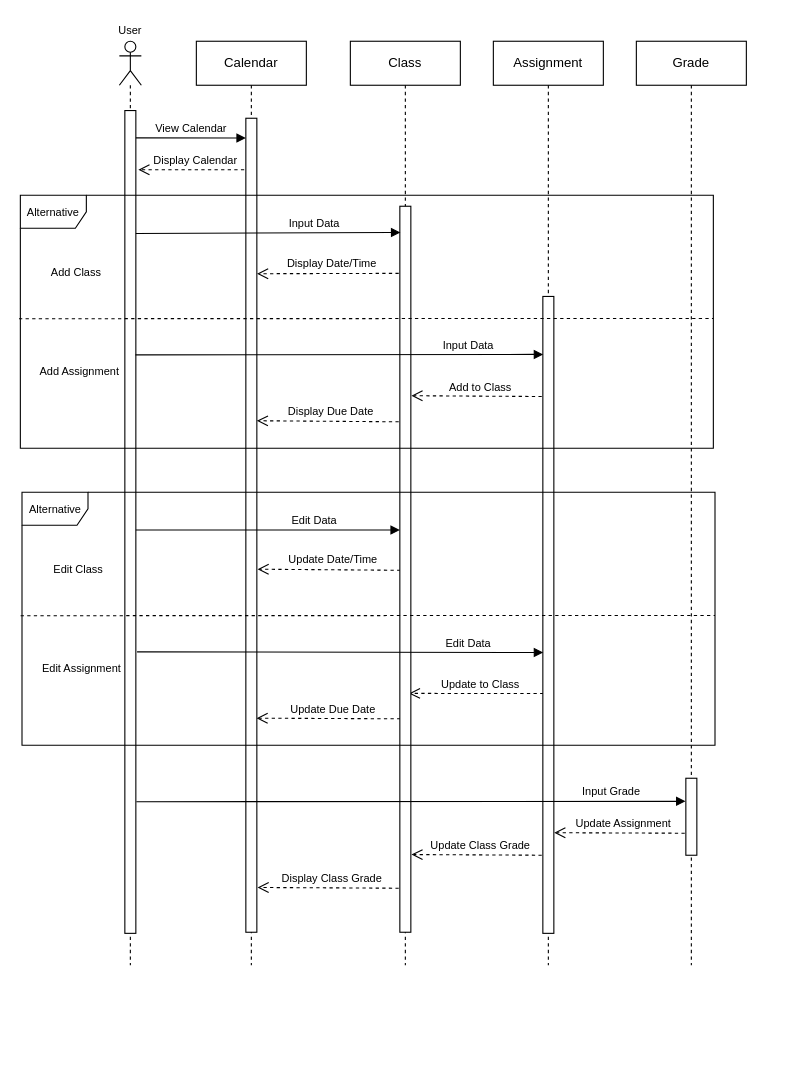
Earlier version of the draw.io diagram BehavioralDiagram.drawio (Spencer-Ross/Planner-SRS). Source tidied: cells renumbered, new cells numbered last; positions are measured from the earlier drawing's top-left corner, leaving out a move shared by most shapes. Both pictures are drawn from the tidied source at 110%, with x=0, y=0 at pixel (20, 19).
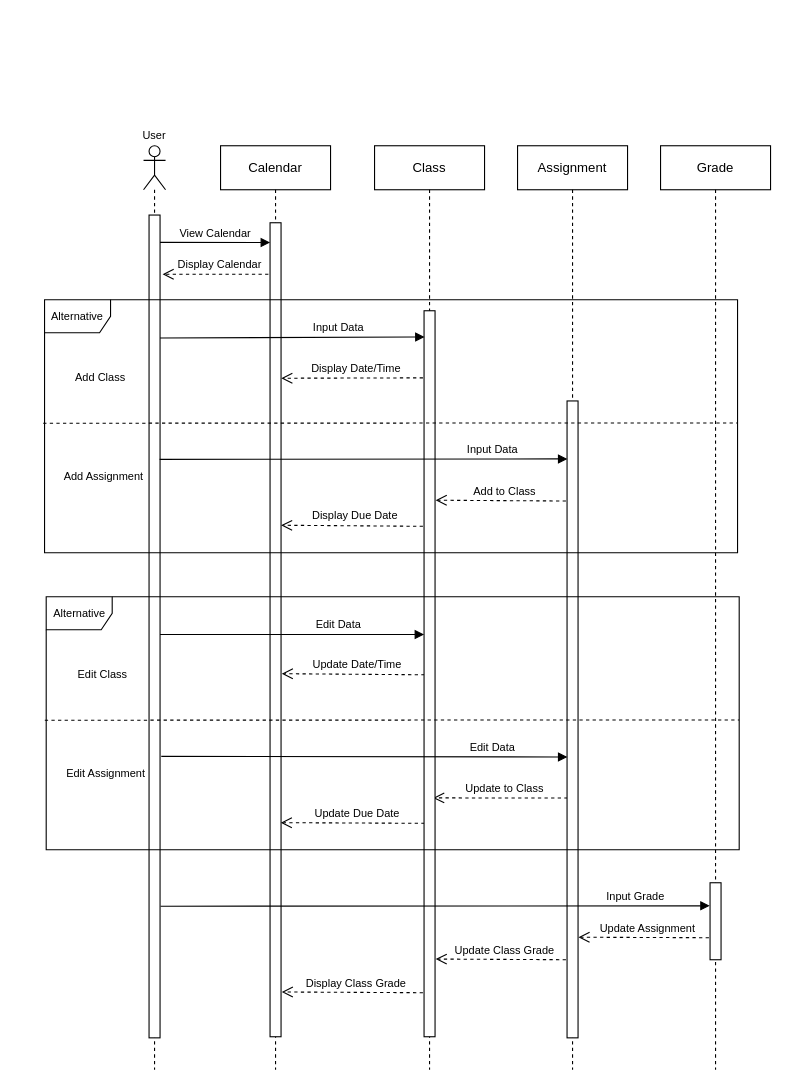
After the change.

Commit message:
Centered Diagram

The change refers to these unchanged cells:
```xml
<mxCell id="13" style="html=1;points=[];perimeter=orthogonalPerimeter;fontSize=10;align=center;" parent="12" vertex="1">
  <mxGeometry x="5" y="63" width="10" height="748" as="geometry" />
</mxCell>
<mxCell id="15" style="html=1;points=[];perimeter=orthogonalPerimeter;fontSize=10;align=center;" parent="14" vertex="1">
  <mxGeometry x="45" y="70" width="10" height="740" as="geometry" />
</mxCell>
<mxCell id="17" style="html=1;points=[];perimeter=orthogonalPerimeter;fontSize=10;align=center;" parent="16" vertex="1">
  <mxGeometry x="45" y="150" width="10" height="660" as="geometry" />
</mxCell>
<mxCell id="19" style="html=1;points=[];perimeter=orthogonalPerimeter;fontSize=10;align=center;" parent="18" vertex="1">
  <mxGeometry x="45" y="232" width="10" height="579" as="geometry" />
</mxCell>
<mxCell id="21" style="html=1;points=[];perimeter=orthogonalPerimeter;fontSize=10;align=center;" parent="20" vertex="1">
  <mxGeometry x="45" y="670" width="10" height="70" as="geometry" />
</mxCell>
```

The edit, as a diff of the source:
```diff
@@
+    <mxCell id="37" style="group;" parent="1" vertex="1">
+      <mxGeometry x="22" y="95" width="660" height="860" as="geometry" />
+    </mxCell>
-    <mxCell id="2" value="Display Class Grade" style="html=1;verticalAlign=bottom;endArrow=open;dashed=1;endSize=8;fontSize=10;entryX=1.066;entryY=0.945;entryDx=0;entryDy=0;entryPerimeter=0;" parent="1" edge="1" target="15">
+    <mxCell id="2" value="Display Class Grade" style="html=1;verticalAlign=bottom;endArrow=open;dashed=1;endSize=8;fontSize=10;entryX=1.066;entryY=0.945;entryDx=0;entryDy=0;entryPerimeter=0;" parent="37" edge="1" target="15">
       <mxGeometry relative="1" as="geometry">
         <mxPoint x="350" y="790" as="sourcePoint" />
       </mxGeometry>
     </mxCell>
-    <mxCell id="3" value="Update Class Grade" style="html=1;verticalAlign=bottom;endArrow=open;dashed=1;endSize=8;fontSize=10;entryX=1.054;entryY=0.893;entryDx=0;entryDy=0;entryPerimeter=0;" parent="1" edge="1" target="17">
+    <mxCell id="3" value="Update Class Grade" style="html=1;verticalAlign=bottom;endArrow=open;dashed=1;endSize=8;fontSize=10;entryX=1.054;entryY=0.893;entryDx=0;entryDy=0;entryPerimeter=0;" parent="37" edge="1" target="17">
       <mxGeometry relative="1" as="geometry">
         <mxPoint x="480" y="760" as="sourcePoint" />
       </mxGeometry>
     </mxCell>
-    <mxCell id="4" value="Update Assignment" style="html=1;verticalAlign=bottom;endArrow=open;dashed=1;endSize=8;fontSize=10;entryX=1.037;entryY=0.842;entryDx=0;entryDy=0;entryPerimeter=0;" parent="1" edge="1" target="19">
+    <mxCell id="4" value="Update Assignment" style="html=1;verticalAlign=bottom;endArrow=open;dashed=1;endSize=8;fontSize=10;entryX=1.037;entryY=0.842;entryDx=0;entryDy=0;entryPerimeter=0;" parent="37" edge="1" target="19">
       <mxGeometry relative="1" as="geometry">
         <mxPoint x="610" y="740" as="sourcePoint" />
       </mxGeometry>
     </mxCell>
-    <mxCell id="5" value="Update Due Date" style="html=1;verticalAlign=bottom;endArrow=open;dashed=1;endSize=8;fontSize=10;entryX=0.974;entryY=0.737;entryDx=0;entryDy=0;entryPerimeter=0;" parent="1" edge="1" target="15">
+    <mxCell id="5" value="Update Due Date" style="html=1;verticalAlign=bottom;endArrow=open;dashed=1;endSize=8;fontSize=10;entryX=0.974;entryY=0.737;entryDx=0;entryDy=0;entryPerimeter=0;" parent="37" edge="1" target="15">
       <mxGeometry relative="1" as="geometry">
         <mxPoint x="351.5" y="636" as="sourcePoint" />
       </mxGeometry>
     </mxCell>
-    <mxCell id="6" value="Update to Class" style="html=1;verticalAlign=bottom;endArrow=open;dashed=1;endSize=8;fontSize=10;entryX=0.826;entryY=0.671;entryDx=0;entryDy=0;entryPerimeter=0;" parent="1" edge="1" target="17">
+    <mxCell id="6" value="Update to Class" style="html=1;verticalAlign=bottom;endArrow=open;dashed=1;endSize=8;fontSize=10;entryX=0.826;entryY=0.671;entryDx=0;entryDy=0;entryPerimeter=0;" parent="37" edge="1" target="17">
       <mxGeometry relative="1" as="geometry">
         <mxPoint x="481.5" y="613" as="sourcePoint" />
       </mxGeometry>
     </mxCell>
-    <mxCell id="7" value="Add to Class" style="html=1;verticalAlign=bottom;endArrow=open;dashed=1;endSize=8;fontSize=10;entryX=1.054;entryY=0.261;entryDx=0;entryDy=0;entryPerimeter=0;" parent="1" edge="1" target="17">
+    <mxCell id="7" value="Add to Class" style="html=1;verticalAlign=bottom;endArrow=open;dashed=1;endSize=8;fontSize=10;entryX=1.054;entryY=0.261;entryDx=0;entryDy=0;entryPerimeter=0;" parent="37" edge="1" target="17">
       <mxGeometry relative="1" as="geometry">
         <mxPoint x="480" y="343" as="sourcePoint" />
       </mxGeometry>
     </mxCell>
-    <mxCell id="8" value="Update Date/Time" style="html=1;verticalAlign=bottom;endArrow=open;dashed=1;endSize=8;fontSize=10;entryX=1.066;entryY=0.554;entryDx=0;entryDy=0;entryPerimeter=0;" parent="1" edge="1" target="15">
+    <mxCell id="8" value="Update Date/Time" style="html=1;verticalAlign=bottom;endArrow=open;dashed=1;endSize=8;fontSize=10;entryX=1.066;entryY=0.554;entryDx=0;entryDy=0;entryPerimeter=0;" parent="37" edge="1" target="15">
       <mxGeometry relative="1" as="geometry">
         <mxPoint x="351.5" y="501" as="sourcePoint" />
       </mxGeometry>
     </mxCell>
-    <mxCell id="9" value="Display Due Date" style="html=1;verticalAlign=bottom;endArrow=open;dashed=1;endSize=8;fontSize=10;" parent="1" edge="1">
+    <mxCell id="9" value="Display Due Date" style="html=1;verticalAlign=bottom;endArrow=open;dashed=1;endSize=8;fontSize=10;" parent="37" edge="1">
       <mxGeometry relative="1" as="geometry">
         <mxPoint x="350" y="366" as="sourcePoint" />
         <mxPoint x="215" y="365" as="targetPoint" />
       </mxGeometry>
     </mxCell>
-    <mxCell id="10" value="Display Date/Time" style="html=1;verticalAlign=bottom;endArrow=open;dashed=1;endSize=8;fontSize=10;entryX=1.02;entryY=0.191;entryDx=0;entryDy=0;entryPerimeter=0;" parent="1" edge="1" target="15">
+    <mxCell id="10" value="Display Date/Time" style="html=1;verticalAlign=bottom;endArrow=open;dashed=1;endSize=8;fontSize=10;entryX=1.02;entryY=0.191;entryDx=0;entryDy=0;entryPerimeter=0;" parent="37" edge="1" target="15">
       <mxGeometry relative="1" as="geometry">
         <mxPoint x="350" y="231" as="sourcePoint" />
       </mxGeometry>
     </mxCell>
-    <mxCell id="11" value="Display Calendar" style="html=1;verticalAlign=bottom;endArrow=open;dashed=1;endSize=8;entryX=1.229;entryY=0.196;entryDx=0;entryDy=0;entryPerimeter=0;fontSize=10;" parent="1" edge="1" source="14">
+    <mxCell id="11" value="Display Calendar" style="html=1;verticalAlign=bottom;endArrow=open;dashed=1;endSize=8;entryX=1.229;entryY=0.196;entryDx=0;entryDy=0;entryPerimeter=0;fontSize=10;" parent="37" edge="1" source="14">
       <mxGeometry relative="1" as="geometry">
         <mxPoint x="107.3" y="136.8" as="targetPoint" />
       </mxGeometry>
     </mxCell>
-    <mxCell id="12" style="shape=umlLifeline;participant=umlActor;perimeter=lifelinePerimeter;whiteSpace=wrap;html=1;verticalAlign=top;spacingTop=36;labelBackgroundColor=#ffffff;" parent="1" vertex="1">
+    <mxCell id="12" style="shape=umlLifeline;participant=umlActor;perimeter=lifelinePerimeter;whiteSpace=wrap;html=1;verticalAlign=top;spacingTop=36;labelBackgroundColor=#ffffff;" parent="37" vertex="1">
       <mxGeometry x="90" y="20" width="20" height="840" as="geometry" />
     </mxCell>
@@
-    <mxCell id="14" value="Calendar" style="shape=umlLifeline;perimeter=lifelinePerimeter;whiteSpace=wrap;html=1;outlineConnect=0;" parent="1" vertex="1">
+    <mxCell id="14" value="Calendar" style="shape=umlLifeline;perimeter=lifelinePerimeter;whiteSpace=wrap;html=1;outlineConnect=0;" parent="37" vertex="1">
       <mxGeometry x="160" y="20" width="100" height="840" as="geometry" />
     </mxCell>
@@
-    <mxCell id="16" value="Class" style="shape=umlLifeline;perimeter=lifelinePerimeter;whiteSpace=wrap;html=1;" parent="1" vertex="1">
+    <mxCell id="16" value="Class" style="shape=umlLifeline;perimeter=lifelinePerimeter;whiteSpace=wrap;html=1;" parent="37" vertex="1">
       <mxGeometry x="300" y="20" width="100" height="840" as="geometry" />
     </mxCell>
@@
-    <mxCell id="18" value="Assignment" style="shape=umlLifeline;perimeter=lifelinePerimeter;whiteSpace=wrap;html=1;" parent="1" vertex="1">
+    <mxCell id="18" value="Assignment" style="shape=umlLifeline;perimeter=lifelinePerimeter;whiteSpace=wrap;html=1;" parent="37" vertex="1">
       <mxGeometry x="430" y="20" width="100" height="840" as="geometry" />
     </mxCell>
@@
-    <mxCell id="20" value="Grade" style="shape=umlLifeline;perimeter=lifelinePerimeter;whiteSpace=wrap;html=1;" parent="1" vertex="1">
+    <mxCell id="20" value="Grade" style="shape=umlLifeline;perimeter=lifelinePerimeter;whiteSpace=wrap;html=1;" parent="37" vertex="1">
       <mxGeometry x="560" y="20" width="100" height="840" as="geometry" />
     </mxCell>
@@
-    <mxCell id="22" value="View Calendar" style="html=1;verticalAlign=bottom;endArrow=block;exitX=1;exitY=0.096;exitDx=0;exitDy=0;exitPerimeter=0;fontSize=10;" parent="1" edge="1">
+    <mxCell id="22" value="View Calendar" style="html=1;verticalAlign=bottom;endArrow=block;exitX=1;exitY=0.096;exitDx=0;exitDy=0;exitPerimeter=0;fontSize=10;" parent="37" edge="1">
       <mxGeometry relative="1" as="geometry">
         <mxPoint x="105" y="107.8" as="sourcePoint" />
         <mxPoint x="205" y="108" as="targetPoint" />
       </mxGeometry>
     </mxCell>
-    <mxCell id="23" value="Input Data" style="html=1;verticalAlign=bottom;endArrow=block;fontSize=10;exitX=1;exitY=0.494;exitDx=0;exitDy=0;exitPerimeter=0;entryX=0.049;entryY=0.036;entryDx=0;entryDy=0;entryPerimeter=0;" parent="1" edge="1" target="17">
+    <mxCell id="23" value="Input Data" style="html=1;verticalAlign=bottom;endArrow=block;fontSize=10;exitX=1;exitY=0.494;exitDx=0;exitDy=0;exitPerimeter=0;entryX=0.049;entryY=0.036;entryDx=0;entryDy=0;entryPerimeter=0;" parent="37" edge="1" target="17">
       <mxGeometry x="0.35" relative="1" as="geometry">
         <mxPoint x="105" y="194.8" as="sourcePoint" />
       </mxGeometry>
     </mxCell>
-    <mxCell id="24" value="Input Data" style="html=1;verticalAlign=bottom;endArrow=block;exitX=0.96;exitY=0.621;exitDx=0;exitDy=0;exitPerimeter=0;fontSize=10;entryX=0.031;entryY=0.091;entryDx=0;entryDy=0;entryPerimeter=0;" parent="1" edge="1" target="19">
+    <mxCell id="24" value="Input Data" style="html=1;verticalAlign=bottom;endArrow=block;exitX=0.96;exitY=0.621;exitDx=0;exitDy=0;exitPerimeter=0;fontSize=10;entryX=0.031;entryY=0.091;entryDx=0;entryDy=0;entryPerimeter=0;" parent="37" edge="1" target="19">
       <mxGeometry x="0.63" relative="1" as="geometry">
         <mxPoint x="104.6" y="305.1" as="sourcePoint" />
       </mxGeometry>
     </mxCell>
-    <mxCell id="25" value="Add Class" style="text;html=1;strokeColor=none;fillColor=none;align=center;verticalAlign=middle;whiteSpace=wrap;rounded=0;fontSize=10;" parent="1" vertex="1">
+    <mxCell id="25" value="Add Class" style="text;html=1;strokeColor=none;fillColor=none;align=center;verticalAlign=middle;whiteSpace=wrap;rounded=0;fontSize=10;" parent="37" vertex="1">
       <mxGeometry x="11" y="200" width="80" height="60" as="geometry" />
     </mxCell>
-    <mxCell id="26" value="Add Assignment" style="text;html=1;strokeColor=none;fillColor=none;align=center;verticalAlign=middle;whiteSpace=wrap;rounded=0;fontSize=10;" parent="1" vertex="1">
+    <mxCell id="26" value="Add Assignment" style="text;html=1;strokeColor=none;fillColor=none;align=center;verticalAlign=middle;whiteSpace=wrap;rounded=0;fontSize=10;" parent="37" vertex="1">
       <mxGeometry x="14" y="290" width="80" height="60" as="geometry" />
     </mxCell>
-    <mxCell id="27" value="Edit Data" style="html=1;verticalAlign=bottom;endArrow=block;fontSize=10;entryX=0.003;entryY=0.446;entryDx=0;entryDy=0;entryPerimeter=0;" parent="1" edge="1" source="13" target="17">
+    <mxCell id="27" value="Edit Data" style="html=1;verticalAlign=bottom;endArrow=block;fontSize=10;entryX=0.003;entryY=0.446;entryDx=0;entryDy=0;entryPerimeter=0;" parent="37" edge="1" source="13" target="17">
       <mxGeometry x="0.35" relative="1" as="geometry" />
     </mxCell>
-    <mxCell id="28" value="Edit Data" style="html=1;verticalAlign=bottom;endArrow=block;exitX=0.96;exitY=0.621;exitDx=0;exitDy=0;exitPerimeter=0;fontSize=10;entryX=0.031;entryY=0.559;entryDx=0;entryDy=0;entryPerimeter=0;" parent="1" edge="1" target="19">
+    <mxCell id="28" value="Edit Data" style="html=1;verticalAlign=bottom;endArrow=block;exitX=0.96;exitY=0.621;exitDx=0;exitDy=0;exitPerimeter=0;fontSize=10;entryX=0.031;entryY=0.559;entryDx=0;entryDy=0;entryPerimeter=0;" parent="37" edge="1" target="19">
       <mxGeometry x="0.63" relative="1" as="geometry">
         <mxPoint x="106.1" y="575.1" as="sourcePoint" />
       </mxGeometry>
     </mxCell>
-    <mxCell id="29" value="Edit Class" style="text;html=1;strokeColor=none;fillColor=none;align=center;verticalAlign=middle;whiteSpace=wrap;rounded=0;fontSize=10;" parent="1" vertex="1">
+    <mxCell id="29" value="Edit Class" style="text;html=1;strokeColor=none;fillColor=none;align=center;verticalAlign=middle;whiteSpace=wrap;rounded=0;fontSize=10;" parent="37" vertex="1">
       <mxGeometry x="12.5" y="470" width="80" height="60" as="geometry" />
     </mxCell>
-    <mxCell id="30" value="Edit Assignment" style="text;html=1;strokeColor=none;fillColor=none;align=center;verticalAlign=middle;whiteSpace=wrap;rounded=0;fontSize=10;" parent="1" vertex="1">
+    <mxCell id="30" value="Edit Assignment" style="text;html=1;strokeColor=none;fillColor=none;align=center;verticalAlign=middle;whiteSpace=wrap;rounded=0;fontSize=10;" parent="37" vertex="1">
       <mxGeometry x="15.5" y="560" width="80" height="60" as="geometry" />
     </mxCell>
-    <mxCell id="31" style="endArrow=none;dashed=1;html=1;fontSize=10;exitX=-0.002;exitY=0.488;exitDx=0;exitDy=0;exitPerimeter=0;" parent="1" edge="1" source="32">
+    <mxCell id="31" style="endArrow=none;dashed=1;html=1;fontSize=10;exitX=-0.002;exitY=0.488;exitDx=0;exitDy=0;exitPerimeter=0;" parent="37" edge="1" source="32">
       <mxGeometry relative="1" as="geometry">
         <mxPoint x="630" y="272" as="targetPoint" />
       </mxGeometry>
     </mxCell>
-    <mxCell id="32" value="Alternative" style="shape=umlFrame;whiteSpace=wrap;html=1;fontSize=10;verticalAlign=middle;align=center;" parent="1" vertex="1">
+    <mxCell id="32" value="Alternative" style="shape=umlFrame;whiteSpace=wrap;html=1;fontSize=10;verticalAlign=middle;align=center;" parent="37" vertex="1">
       <mxGeometry y="160" width="630" height="230" as="geometry" />
     </mxCell>
-    <mxCell id="33" style="endArrow=none;dashed=1;html=1;fontSize=10;exitX=-0.002;exitY=0.488;exitDx=0;exitDy=0;exitPerimeter=0;" parent="1" edge="1" source="34">
+    <mxCell id="33" style="endArrow=none;dashed=1;html=1;fontSize=10;exitX=-0.002;exitY=0.488;exitDx=0;exitDy=0;exitPerimeter=0;" parent="37" edge="1" source="34">
       <mxGeometry relative="1" as="geometry">
         <mxPoint x="631.5" y="542" as="targetPoint" />
       </mxGeometry>
     </mxCell>
-    <mxCell id="34" value="Alternative" style="shape=umlFrame;whiteSpace=wrap;html=1;fontSize=10;verticalAlign=middle;align=center;" parent="1" vertex="1">
+    <mxCell id="34" value="Alternative" style="shape=umlFrame;whiteSpace=wrap;html=1;fontSize=10;verticalAlign=middle;align=center;" parent="37" vertex="1">
       <mxGeometry x="1.5" y="430" width="630" height="230" as="geometry" />
     </mxCell>
-    <mxCell id="35" value="Input Grade" style="html=1;verticalAlign=bottom;endArrow=block;fontSize=10;entryX=-0.031;entryY=0.3;entryDx=0;entryDy=0;entryPerimeter=0;exitX=1.048;exitY=0.84;exitDx=0;exitDy=0;exitPerimeter=0;" parent="1" edge="1" source="13" target="21">
+    <mxCell id="35" value="Input Grade" style="html=1;verticalAlign=bottom;endArrow=block;fontSize=10;entryX=-0.031;entryY=0.3;entryDx=0;entryDy=0;entryPerimeter=0;exitX=1.048;exitY=0.84;exitDx=0;exitDy=0;exitPerimeter=0;" parent="37" edge="1" source="13" target="21">
       <mxGeometry x="0.73" relative="1" as="geometry" />
     </mxCell>
-    <mxCell id="36" value="User" style="text;html=1;strokeColor=none;fillColor=none;align=center;verticalAlign=middle;whiteSpace=wrap;rounded=0;fontSize=10;" parent="1" vertex="1">
+    <mxCell id="36" value="User" style="text;html=1;strokeColor=none;fillColor=none;align=center;verticalAlign=middle;whiteSpace=wrap;rounded=0;fontSize=10;" parent="37" vertex="1">
       <mxGeometry x="80" width="40" height="20" as="geometry" />
     </mxCell>
```
